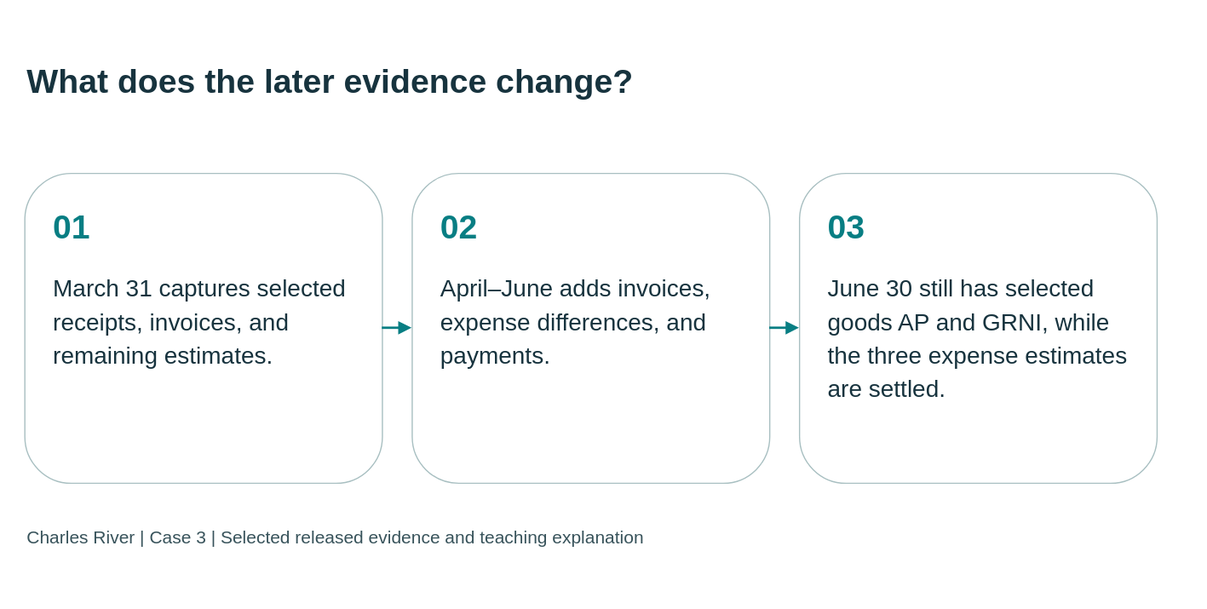
This is static/diagrams/cases/case03-timeline.svg from mmcodesso/CharlesRiver_Database, a draw.io export, as it was before one commit. Source tidied: cells renumbered, new cells last; positions are measured from the earlier drawing's top-left corner, leaving out a move shared by most shapes.
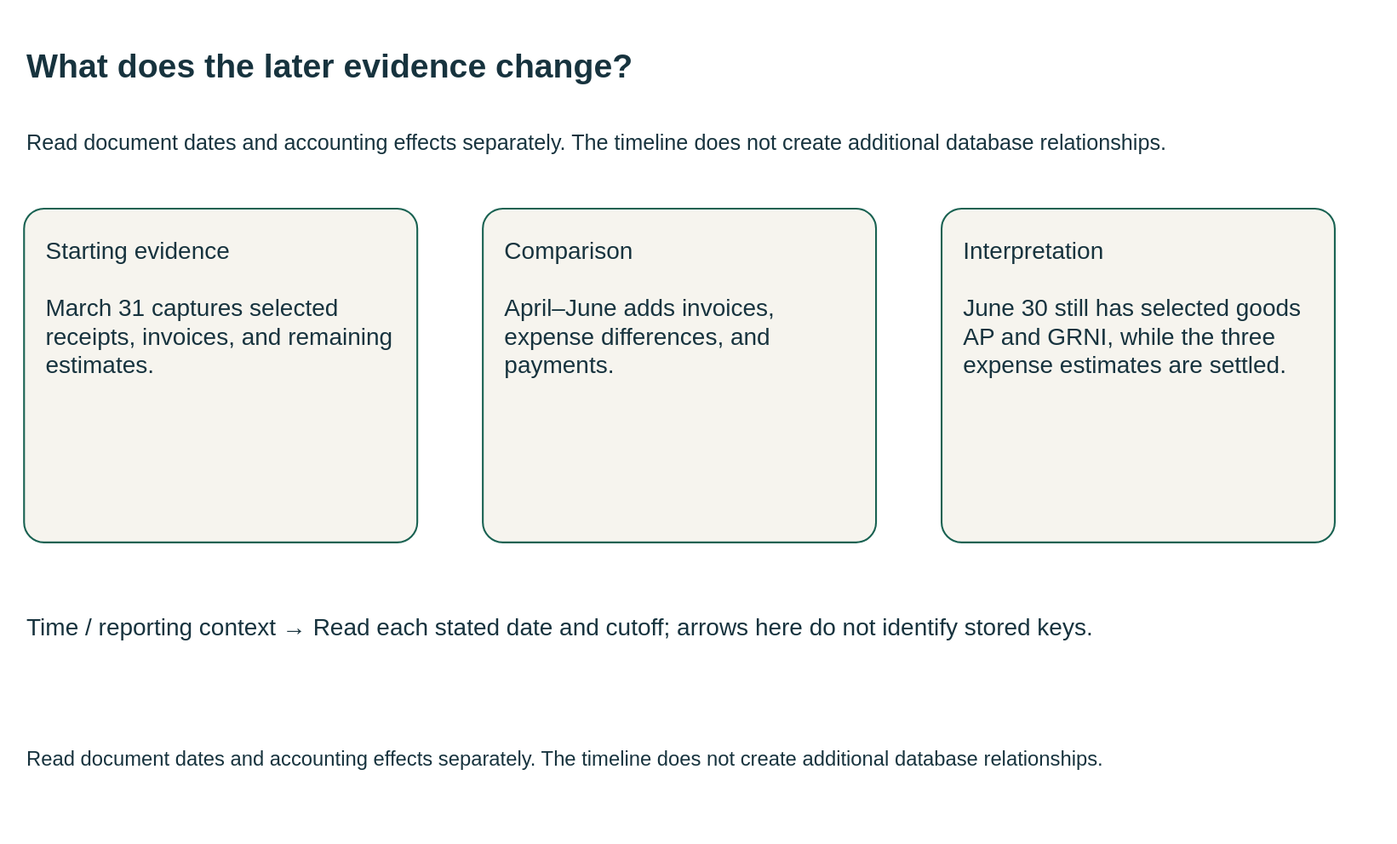
The same file after the commit.

The edit, as a diff of the source:
```diff
@@ -1,27 +1,27 @@
-<mxGraphModel background="#f5f5ee">
+<mxGraphModel background="#FFFFFF">
   <root>
     <mxCell id="0" />
     <mxCell id="1" parent="0" />
-    <mxCell id="2" value="What does the later evidence change?" style="text;html=0;strokeColor=none;fillColor=none;align=left;verticalAlign=middle;whiteSpace=wrap;fontSize=28;fontStyle=1;fontColor=#17333e;fontFamily=Arial;" parent="1" vertex="1">
-      <mxGeometry width="950" height="95" as="geometry" />
+    <mxCell id="2" value="What does the later evidence change?" style="html=0;fontFamily=Arial;fontSize=20;fontColor=#17333e;strokeColor=#196252;strokeWidth=1.5;whiteSpace=wrap;text;strokeColor=none;fillColor=none;align=left;verticalAlign=middle;fontSize=28;fontStyle=1;" parent="1" vertex="1">
+      <mxGeometry y="-10" width="1110" height="70" as="geometry" />
     </mxCell>
+    <mxCell id="9" value="Read document dates and accounting effects separately. The timeline does not create additional database relationships." style="html=0;fontFamily=Arial;fontSize=20;fontColor=#17333e;strokeColor=#196252;strokeWidth=1.5;whiteSpace=wrap;text;strokeColor=none;fillColor=none;align=left;verticalAlign=middle;fontSize=18;fontStyle=0;" parent="1" vertex="1">
+      <mxGeometry y="62" width="1110" height="55" as="geometry" />
+    </mxCell>
-    <mxCell id="3" value="&lt;div style=&quot;font-size:28px;color:#087e83;font-weight:bold;margin-bottom:20px&quot;&gt;01&lt;/div&gt;&lt;div style=&quot;font-size:20px;line-height:1.4&quot;&gt;March 31 captures selected receipts, invoices, and remaining estimates.&lt;/div&gt;" style="rounded=1;whiteSpace=wrap;html=1;fillColor=#ffffff;strokeColor=#a8bfc1;fontColor=#17333e;align=left;verticalAlign=top;spacing=24;fontFamily=Arial;fontSize=20;" parent="1" vertex="1">
-      <mxGeometry y="125" width="300" height="260" as="geometry" />
+    <mxCell id="3" value="Starting evidence&#10;&#10;March 31 captures selected receipts, invoices, and remaining estimates." style="html=0;fontFamily=Arial;fontSize=20;fontColor=#17333e;strokeColor=#196252;strokeWidth=1.5;whiteSpace=wrap;rounded=1;arcSize=6;fillColor=#f6f4ee;align=left;verticalAlign=top;spacing=18;" parent="1" vertex="1">
+      <mxGeometry y="145" width="330" height="280" as="geometry" />
     </mxCell>
-    <mxCell id="4" value="&lt;div style=&quot;font-size:28px;color:#087e83;font-weight:bold;margin-bottom:20px&quot;&gt;02&lt;/div&gt;&lt;div style=&quot;font-size:20px;line-height:1.4&quot;&gt;April–June adds invoices, expense differences, and payments.&lt;/div&gt;" style="rounded=1;whiteSpace=wrap;html=1;fillColor=#ffffff;strokeColor=#a8bfc1;fontColor=#17333e;align=left;verticalAlign=top;spacing=24;fontFamily=Arial;fontSize=20;" parent="1" vertex="1">
-      <mxGeometry x="325" y="125" width="300" height="260" as="geometry" />
+    <mxCell id="4" value="Comparison&#10;&#10;April–June adds invoices, expense differences, and payments." style="html=0;fontFamily=Arial;fontSize=20;fontColor=#17333e;strokeColor=#196252;strokeWidth=1.5;whiteSpace=wrap;rounded=1;arcSize=6;fillColor=#f6f4ee;align=left;verticalAlign=top;spacing=18;" parent="1" vertex="1">
+      <mxGeometry x="385" y="145" width="330" height="280" as="geometry" />
     </mxCell>
-    <mxCell id="5" value="&lt;div style=&quot;font-size:28px;color:#087e83;font-weight:bold;margin-bottom:20px&quot;&gt;03&lt;/div&gt;&lt;div style=&quot;font-size:20px;line-height:1.4&quot;&gt;June 30 still has selected goods AP and GRNI, while the three expense estimates are settled.&lt;/div&gt;" style="rounded=1;whiteSpace=wrap;html=1;fillColor=#ffffff;strokeColor=#a8bfc1;fontColor=#17333e;align=left;verticalAlign=top;spacing=24;fontFamily=Arial;fontSize=20;" parent="1" vertex="1">
-      <mxGeometry x="650" y="125" width="300" height="260" as="geometry" />
+    <mxCell id="5" value="Interpretation&#10;&#10;June 30 still has selected goods AP and GRNI, while the three expense estimates are settled." style="html=0;fontFamily=Arial;fontSize=20;fontColor=#17333e;strokeColor=#196252;strokeWidth=1.5;whiteSpace=wrap;rounded=1;arcSize=6;fillColor=#f6f4ee;align=left;verticalAlign=top;spacing=18;" parent="1" vertex="1">
+      <mxGeometry x="770" y="145" width="330" height="280" as="geometry" />
     </mxCell>
-    <mxCell id="6" style="edgeStyle=orthogonalEdgeStyle;rounded=0;html=1;endArrow=block;endFill=1;strokeColor=#087e83;strokeWidth=2;" parent="1" edge="1" source="3" target="4">
-      <mxGeometry relative="1" as="geometry" />
-    </mxCell>
-    <mxCell id="7" style="edgeStyle=orthogonalEdgeStyle;rounded=0;html=1;endArrow=block;endFill=1;strokeColor=#087e83;strokeWidth=2;" parent="1" edge="1" source="4" target="5">
-      <mxGeometry relative="1" as="geometry" />
-    </mxCell>
+    <mxCell id="10" value="Time / reporting context →     Read each stated date and cutoff; arrows here do not identify stored keys." style="html=0;fontFamily=Arial;fontSize=20;fontColor=#17333e;strokeColor=#196252;strokeWidth=1.5;whiteSpace=wrap;text;strokeColor=none;fillColor=none;align=left;verticalAlign=middle;fontSize=20;fontStyle=0;" parent="1" vertex="1">
+      <mxGeometry y="465" width="1100" height="60" as="geometry" />
+    </mxCell>
-    <mxCell id="8" value="Charles River | Case 3 | Selected released evidence and teaching explanation" style="text;html=0;strokeColor=none;fillColor=none;align=left;fontSize=15;fontColor=#38535b;fontFamily=Arial;" parent="1" vertex="1">
-      <mxGeometry y="415" width="950" height="35" as="geometry" />
+    <mxCell id="8" value="Read document dates and accounting effects separately. The timeline does not create additional database relationships." style="html=0;fontFamily=Arial;fontSize=20;fontColor=#17333e;strokeColor=#196252;strokeWidth=1.5;whiteSpace=wrap;text;strokeColor=none;fillColor=none;align=left;verticalAlign=middle;fontSize=17;fontStyle=0;" parent="1" vertex="1">
+      <mxGeometry y="577" width="1110" height="60" as="geometry" />
     </mxCell>
   </root>
 </mxGraphModel>
```
